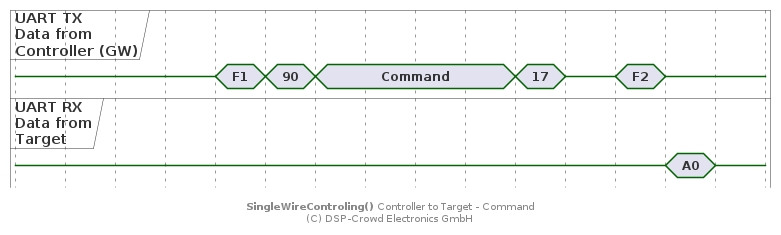
This is doc/system/protocol/B0_swt-ctrl-to-target_cmd.png from NoOrientationProgramming/code-orb, a PlantUML export, as it was before one commit.
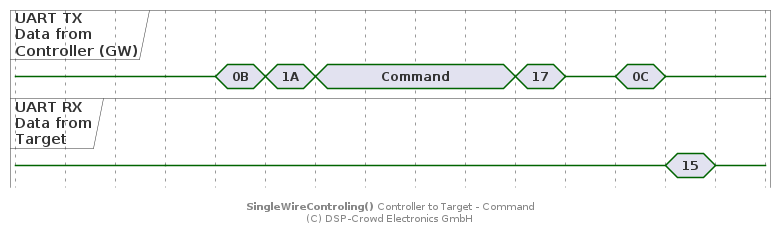
The same file after the commit.

Diff of the diagram source:
```diff
@@ -14,10 +14,10 @@
 tar is {-}
 
 @+20
-ctrl is "F1"
+ctrl is "0B"
 
 @+20
-ctrl is "90"
+ctrl is "1A"
 
 @+20
 ctrl is "Command"
@@ -29,11 +29,11 @@
 ctrl is {-}
 
 @+20
-ctrl is "F2"
+ctrl is "0C"
 
 @+20
 ctrl is {-}
-tar is "A0"
+tar is "15"
 
 @+20
 tar is {-}
```
